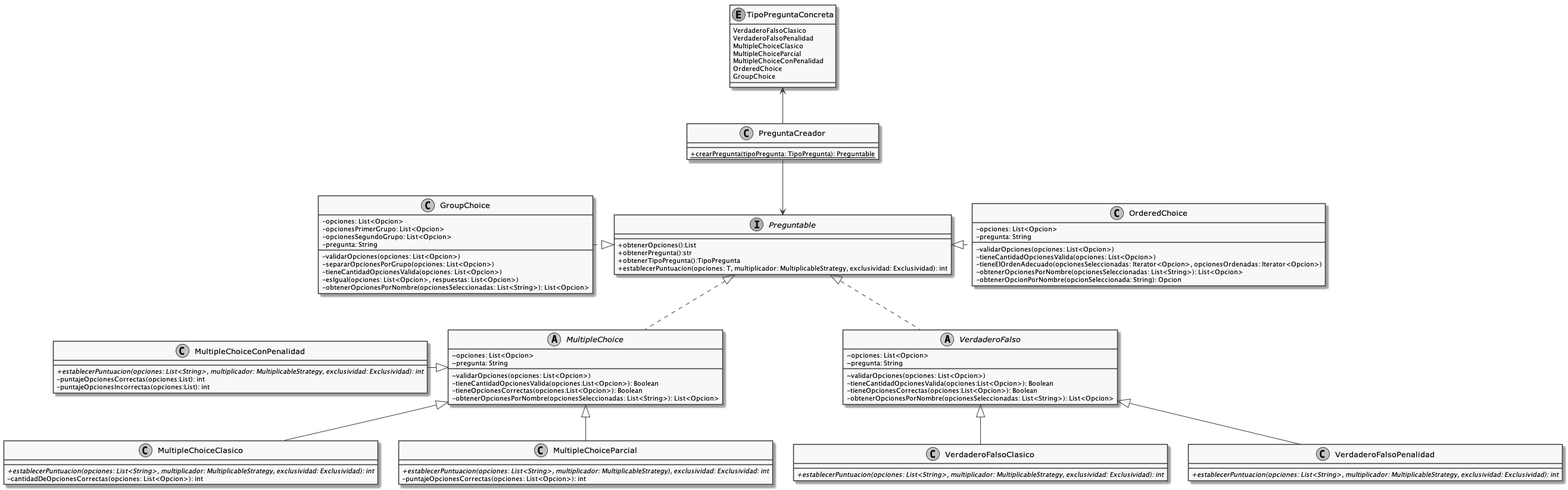
Earlier version of the PlantUML export doc/Diagramas/Diagramas_Clase/Imagenes/pregunta.png (gylopezgiles/TP2). Its diagram source:
```plantuml
@startuml
!include vista.iuml

class PreguntaCreador{
    + {static} crearPregunta(tipoPregunta: TipoPregunta): Preguntable
}

interface Preguntable{
    + obtenerOpciones():List
    + obtenerPregunta():str
    + obtenerTipoPregunta():TipoPregunta
    + establecerPuntuacion(opciones: T, multiplicador: MultiplicableStrategy, exclusividad: Exclusividad): int
}

enum TipoPreguntaConcreta{
    VerdaderoFalsoClasico
    VerdaderoFalsoPenalidad
    MultipleChoiceClasico
    MultipleChoiceParcial
    MultipleChoiceConPenalidad
    OrderedChoice
    GroupChoice
}

abstract class VerdaderoFalso{
    ~ opciones: List<Opcion>
    ~ pregunta: String
    ~ validarOpciones(opciones: List<Opcion>)
    - tieneCantidadOpcionesValida(opciones:List<Opcion>): Boolean
    - tieneOpcionesCorrectas(opciones:List<Opcion>): Boolean
    - obtenerOpcionesPorNombre(opcionesSeleccionadas: List<String>): List<Opcion>
}

class VerdaderoFalsoClasico{
    {abstract} + establecerPuntuacion(opciones: List<String>, multiplicador: MultiplicableStrategy, exclusividad: Exclusividad): int
}

class MultipleChoiceClasico{
    {abstract} + establecerPuntuacion(opciones: List<String>, multiplicador: MultiplicableStrategy, exclusividad: Exclusividad): int
    - cantidadDeOpcionesCorrectas(opciones: List<Opcion>): int
}

class MultipleChoiceParcial{
    {abstract} + establecerPuntuacion(opciones: List<String>, multiplicador: MultiplicableStrategy), exclusividad: Exclusividad: int
    - puntajeOpcionesCorrectas(opciones: List<Opcion>): int
}

class VerdaderoFalsoPenalidad{
    {abstract} + establecerPuntuacion(opciones: List<String>, multiplicador: MultiplicableStrategy, exclusividad: Exclusividad): int
}

class MultipleChoiceConPenalidad{
    {abstract} + establecerPuntuacion(opciones: List<String>, multiplicador: MultiplicableStrategy, exclusividad: Exclusividad): int
    - puntajeOpcionesCorrectas(opciones:List): int
    - puntajeOpcionesIncorrectas(opciones:List): int
}


class GroupChoice{
    - opciones: List<Opcion>
    - opcionesPrimerGrupo: List<Opcion>
    - opcionesSegundoGrupo: List<Opcion>
    - pregunta: String
    - validarOpciones(opciones: List<Opcion>)
    - separarOpcionesPorGrupo(opciones: List<Opcion>)
    - tieneCantidadOpcionesValida(opciones: List<Opcion>)
    - esIgual(opciones: List<Opcion>, respuestas: List<Opcion>)
    - obtenerOpcionesPorNombre(opcionesSeleccionadas: List<String>): List<Opcion>
}

class OrderedChoice{
    - opciones: List<Opcion>
    - pregunta: String
    - validarOpciones(opciones: List<Opcion>)
    - tieneCantidadOpcionesValida(opciones: List<Opcion>)
    - tieneElOrdenAdecuado(opcionesSeleccionadas: Iterator<Opcion>, opcionesOrdenadas: Iterator<Opcion>)
    - obtenerOpcionesPorNombre(opcionesSeleccionadas: List<String>): List<Opcion>
    - obtenerOpcionPorNombre(opcionSeleccionada: String): Opcion
}

abstract class MultipleChoice{
    ~ opciones: List<Opcion>
    ~ pregunta: String
    ~ validarOpciones(opciones: List<Opcion>)
    - tieneCantidadOpcionesValida(opciones:List<Opcion>): Boolean
    - tieneOpcionesCorrectas(opciones:List<Opcion>): Boolean
    - obtenerOpcionesPorNombre(opcionesSeleccionadas: List<String>): List<Opcion>
}


PreguntaCreador -up->TipoPreguntaConcreta
PreguntaCreador -down-> Preguntable

Preguntable <|.. VerdaderoFalso

VerdaderoFalso <|-- VerdaderoFalsoPenalidad
MultipleChoice <|-left- MultipleChoiceConPenalidad


VerdaderoFalso <|-- VerdaderoFalsoClasico
Preguntable <|.. MultipleChoice
MultipleChoice <|-- MultipleChoiceParcial
MultipleChoice <|-- MultipleChoiceClasico

Preguntable <|.left. GroupChoice
Preguntable <|.right. OrderedChoice

@enduml
```
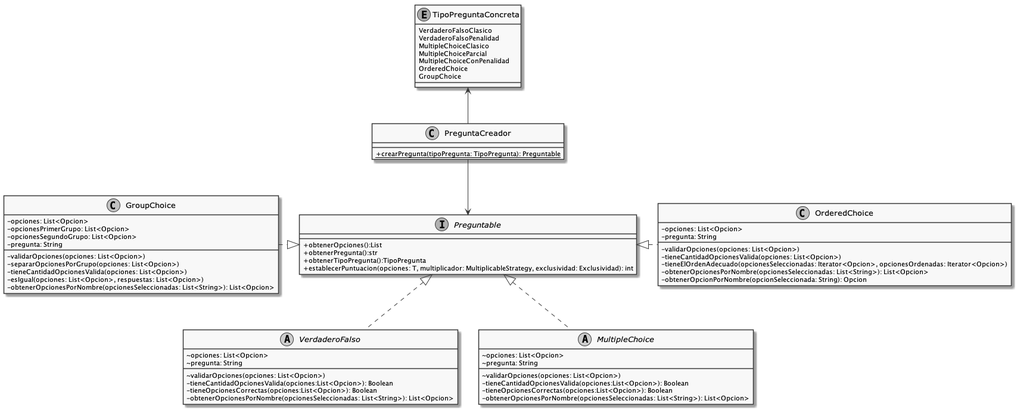
After the commit.

The edit, as a diff of the source:
```diff
@@ -31,30 +31,14 @@
     - obtenerOpcionesPorNombre(opcionesSeleccionadas: List<String>): List<Opcion>
 }
 
-class VerdaderoFalsoClasico{
-    {abstract} + establecerPuntuacion(opciones: List<String>, multiplicador: MultiplicableStrategy, exclusividad: Exclusividad): int
+abstract class MultipleChoice{
+    ~ opciones: List<Opcion>
+    ~ pregunta: String
+    ~ validarOpciones(opciones: List<Opcion>)
+    - tieneCantidadOpcionesValida(opciones:List<Opcion>): Boolean
+    - tieneOpcionesCorrectas(opciones:List<Opcion>): Boolean
+    - obtenerOpcionesPorNombre(opcionesSeleccionadas: List<String>): List<Opcion>
 }
-
-class MultipleChoiceClasico{
-    {abstract} + establecerPuntuacion(opciones: List<String>, multiplicador: MultiplicableStrategy, exclusividad: Exclusividad): int
-    - cantidadDeOpcionesCorrectas(opciones: List<Opcion>): int
-}
-
-class MultipleChoiceParcial{
-    {abstract} + establecerPuntuacion(opciones: List<String>, multiplicador: MultiplicableStrategy), exclusividad: Exclusividad: int
-    - puntajeOpcionesCorrectas(opciones: List<Opcion>): int
-}
-
-class VerdaderoFalsoPenalidad{
-    {abstract} + establecerPuntuacion(opciones: List<String>, multiplicador: MultiplicableStrategy, exclusividad: Exclusividad): int
-}
-
-class MultipleChoiceConPenalidad{
-    {abstract} + establecerPuntuacion(opciones: List<String>, multiplicador: MultiplicableStrategy, exclusividad: Exclusividad): int
-    - puntajeOpcionesCorrectas(opciones:List): int
-    - puntajeOpcionesIncorrectas(opciones:List): int
-}
-
 
 class GroupChoice{
     - opciones: List<Opcion>
@@ -78,29 +62,14 @@
     - obtenerOpcionPorNombre(opcionSeleccionada: String): Opcion
 }
 
-abstract class MultipleChoice{
-    ~ opciones: List<Opcion>
-    ~ pregunta: String
-    ~ validarOpciones(opciones: List<Opcion>)
-    - tieneCantidadOpcionesValida(opciones:List<Opcion>): Boolean
-    - tieneOpcionesCorrectas(opciones:List<Opcion>): Boolean
-    - obtenerOpcionesPorNombre(opcionesSeleccionadas: List<String>): List<Opcion>
-}
-
 
 PreguntaCreador -up->TipoPreguntaConcreta
 PreguntaCreador -down-> Preguntable
 
 Preguntable <|.. VerdaderoFalso
 
-VerdaderoFalso <|-- VerdaderoFalsoPenalidad
-MultipleChoice <|-left- MultipleChoiceConPenalidad
+Preguntable <|.. MultipleChoice
 
-
-VerdaderoFalso <|-- VerdaderoFalsoClasico
-Preguntable <|.. MultipleChoice
-MultipleChoice <|-- MultipleChoiceParcial
-MultipleChoice <|-- MultipleChoiceClasico
 
 Preguntable <|.left. GroupChoice
 Preguntable <|.right. OrderedChoice
```
